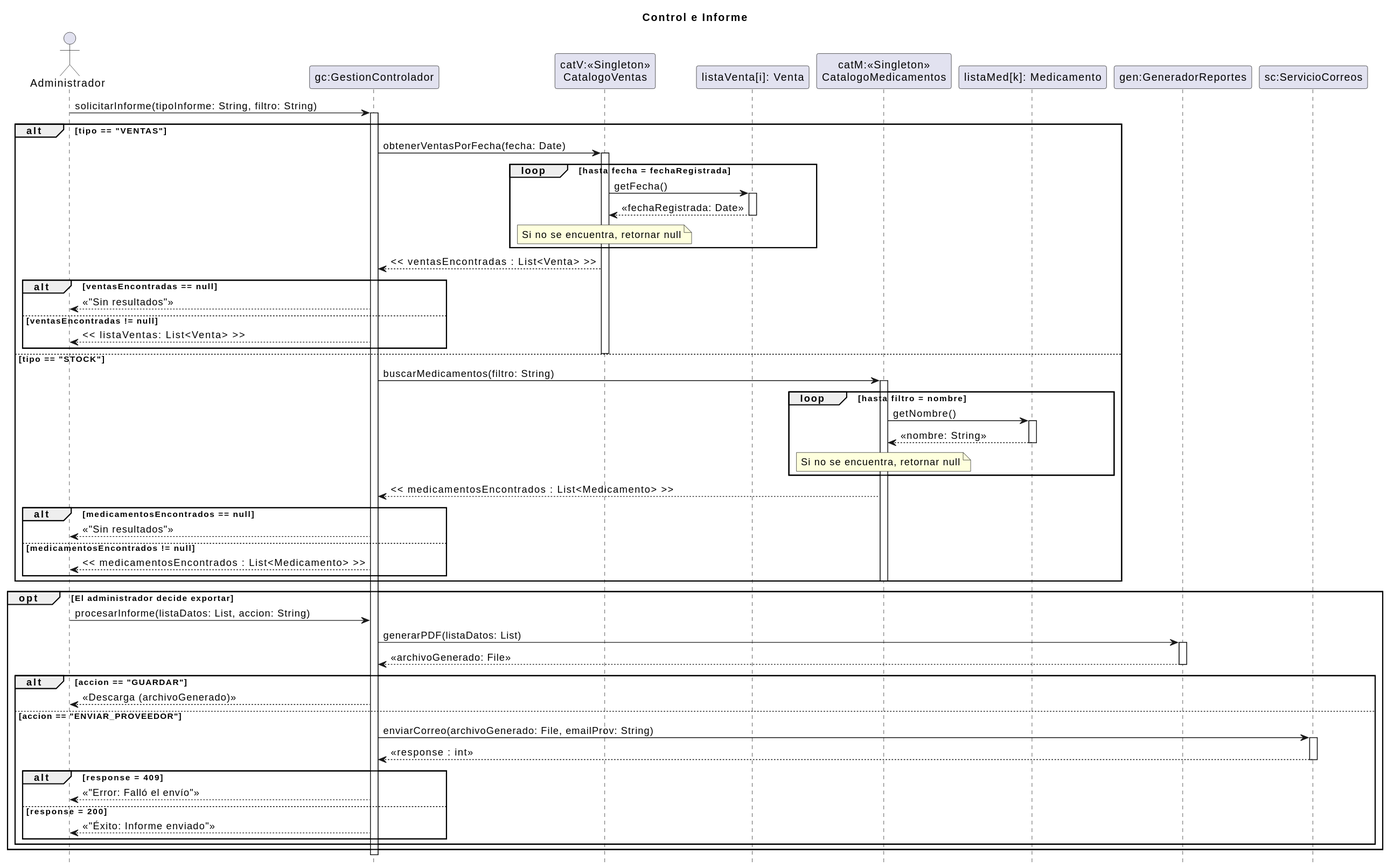
Before: 08 - Diagramas de Secuencia de Diseño/Control e Informe/CONTROL_E_INFORME.svg, a diagram exported from PlantUML (zEzequR/PF-I).
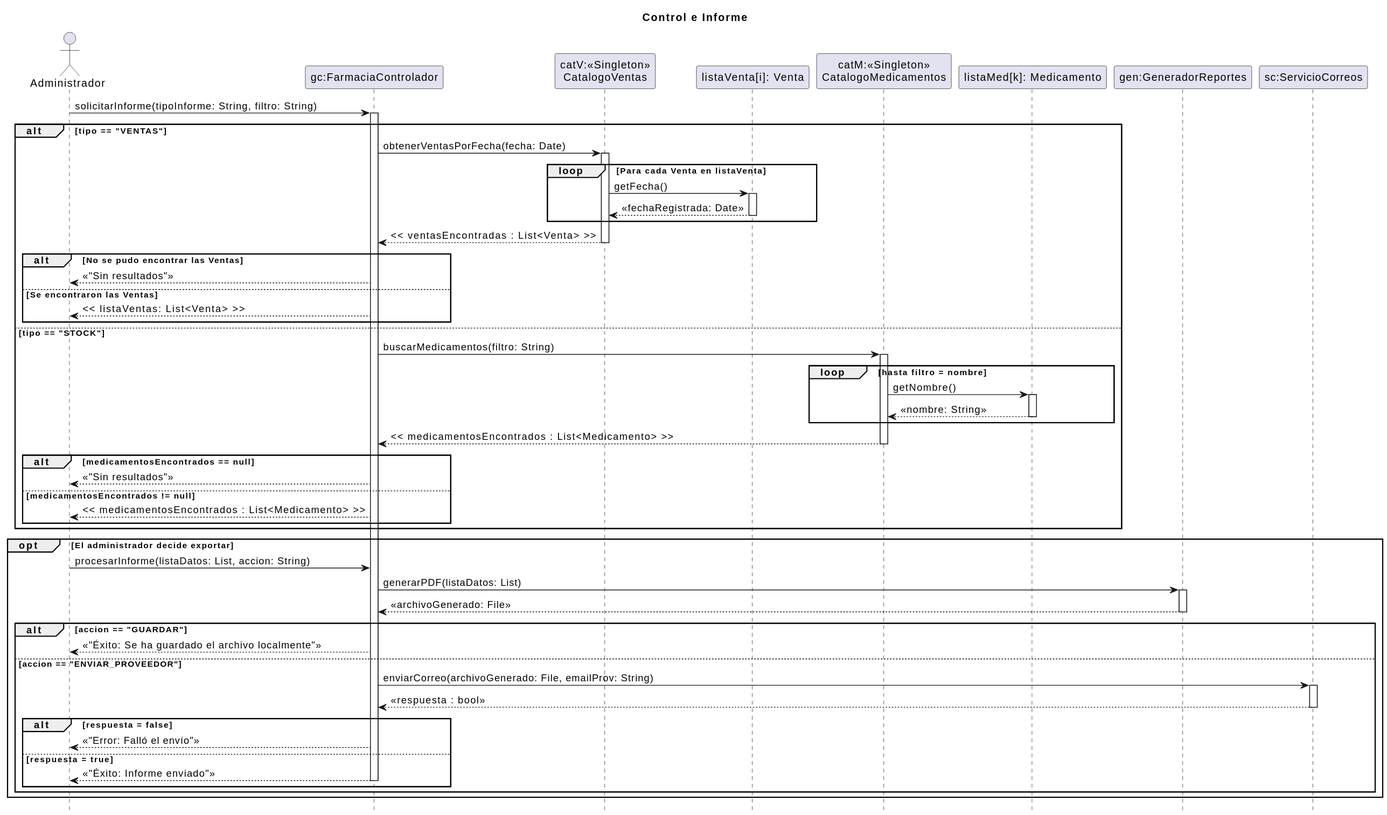
Later version of the same file.

What changed in the source:
```diff
@@ -4,7 +4,7 @@
 hide footbox
 
 actor "Administrador" as admin
-participant "gc:GestionControlador" as ctrl
+participant "gc:FarmaciaControlador" as ctrl
 participant "catV:<<Singleton>>\nCatalogoVentas" as cat_ventas
 participant "listaVenta[i]: Venta" as venta
 participant "catM:<<Singleton>>\nCatalogoMedicamentos" as cat_med
@@ -19,20 +19,19 @@
     ctrl -> cat_ventas : obtenerVentasPorFecha(fecha: Date)
     activate cat_ventas
 
-    loop hasta fecha = fechaRegistrada
+    loop Para cada Venta en listaVenta
         cat_ventas -> venta : getFecha()
         activate venta
         venta --> cat_ventas : << fechaRegistrada: Date >>
         deactivate venta
-        note over of cat_ventas: Si no se encuentra, retornar null
     end
     cat_ventas --> ctrl : << ventasEncontradas : List<Venta> >>
-    alt ventasEncontradas == null
+    deactivate cat_ventas
+    alt No se pudo encontrar las Ventas
         ctrl --> admin : << "Sin resultados" >>
-    else ventasEncontradas != null
+    else Se encontraron las Ventas
         ctrl --> admin : << listaVentas: List<Venta> >>
     end
-    deactivate cat_ventas
 
 else tipo == "STOCK"
     ctrl -> cat_med : buscarMedicamentos(filtro: String)
@@ -43,17 +42,16 @@
         activate med
         med --> cat_med : << nombre: String >>
         deactivate med
-        note over of cat_med: Si no se encuentra, retornar null
     end
 
     cat_med --> ctrl : << medicamentosEncontrados : List<Medicamento> >>
+    deactivate cat_med
 
     alt medicamentosEncontrados == null
         ctrl --> admin : << "Sin resultados" >>
     else medicamentosEncontrados != null
         ctrl --> admin : << medicamentosEncontrados : List<Medicamento> >>
     end
-    deactivate cat_med
 end
 
 opt El administrador decide exportar
@@ -65,22 +63,21 @@
     deactivate gen
 
     alt accion == "GUARDAR"
-        ctrl --> admin : << Descarga (archivoGenerado) >>
+        ctrl --> admin : << "Éxito: Se ha guardado el archivo localmente">>
 
     else accion == "ENVIAR_PROVEEDOR"
         ctrl -> srv_mail : enviarCorreo(archivoGenerado: File, emailProv: String)
         activate srv_mail
-        srv_mail --> ctrl : << response :  int >>
+        srv_mail --> ctrl : << respuesta :  bool >>
         deactivate srv_mail
 
-        alt response = 409
+        alt respuesta = false
             ctrl --> admin : << "Error: Falló el envío" >>
-        else response = 200
+        else respuesta = true
             ctrl --> admin : << "Éxito: Informe enviado" >>
+            deactivate ctrl
         end
 
     end
 end
-
-deactivate ctrl
 @enduml
```
